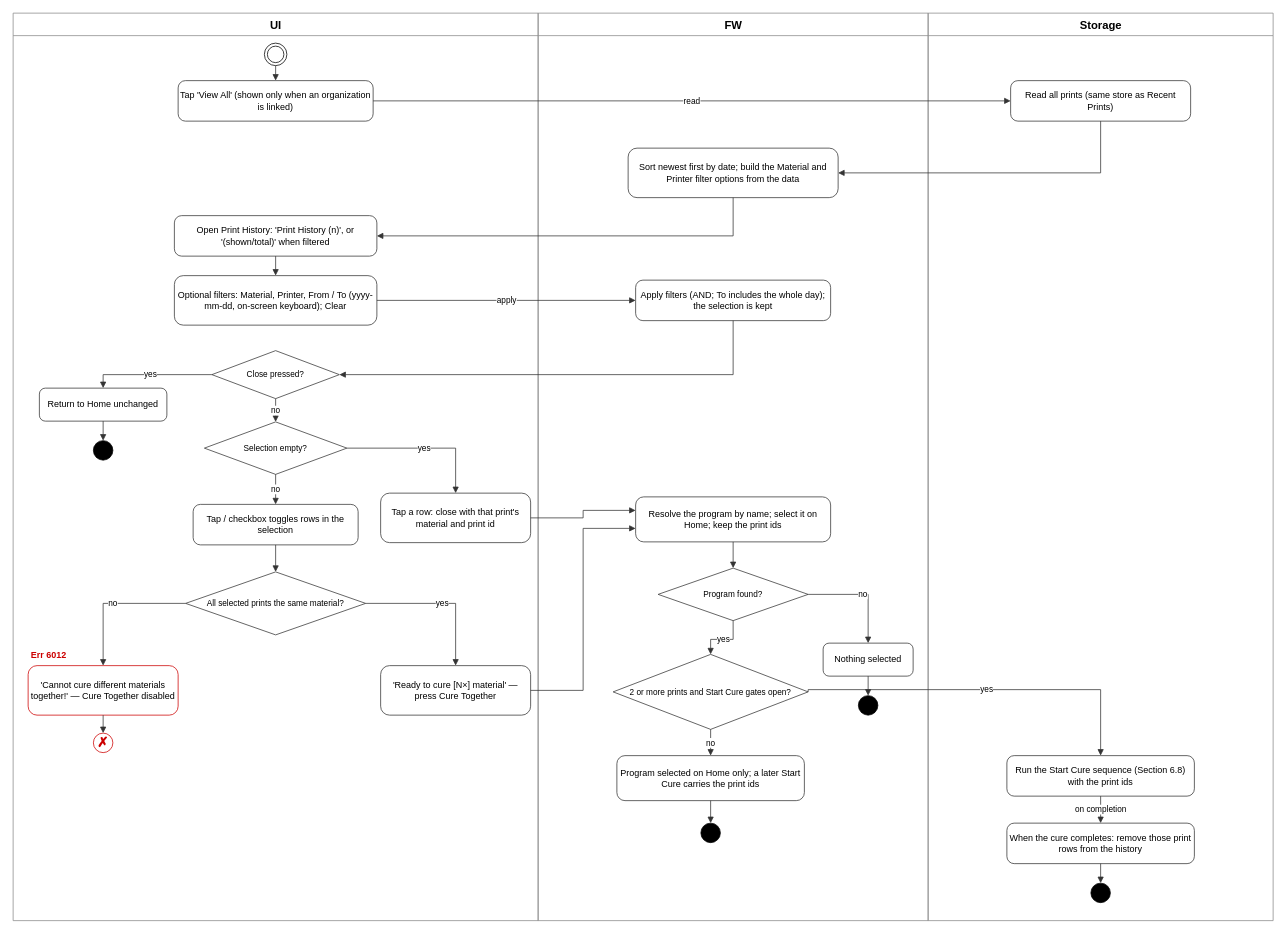
The draw.io diagram docs/diagrams/view-all-flow.drawio in Amitaiw6/sCure-A, before the edit. Source tidied: cells renumbered, new cells numbered last; positions are measured from the earlier drawing's top-left corner, leaving out a move shared by most shapes. Both pictures are drawn from the tidied source at 75%, with x=0, y=0 at pixel (13, 13).
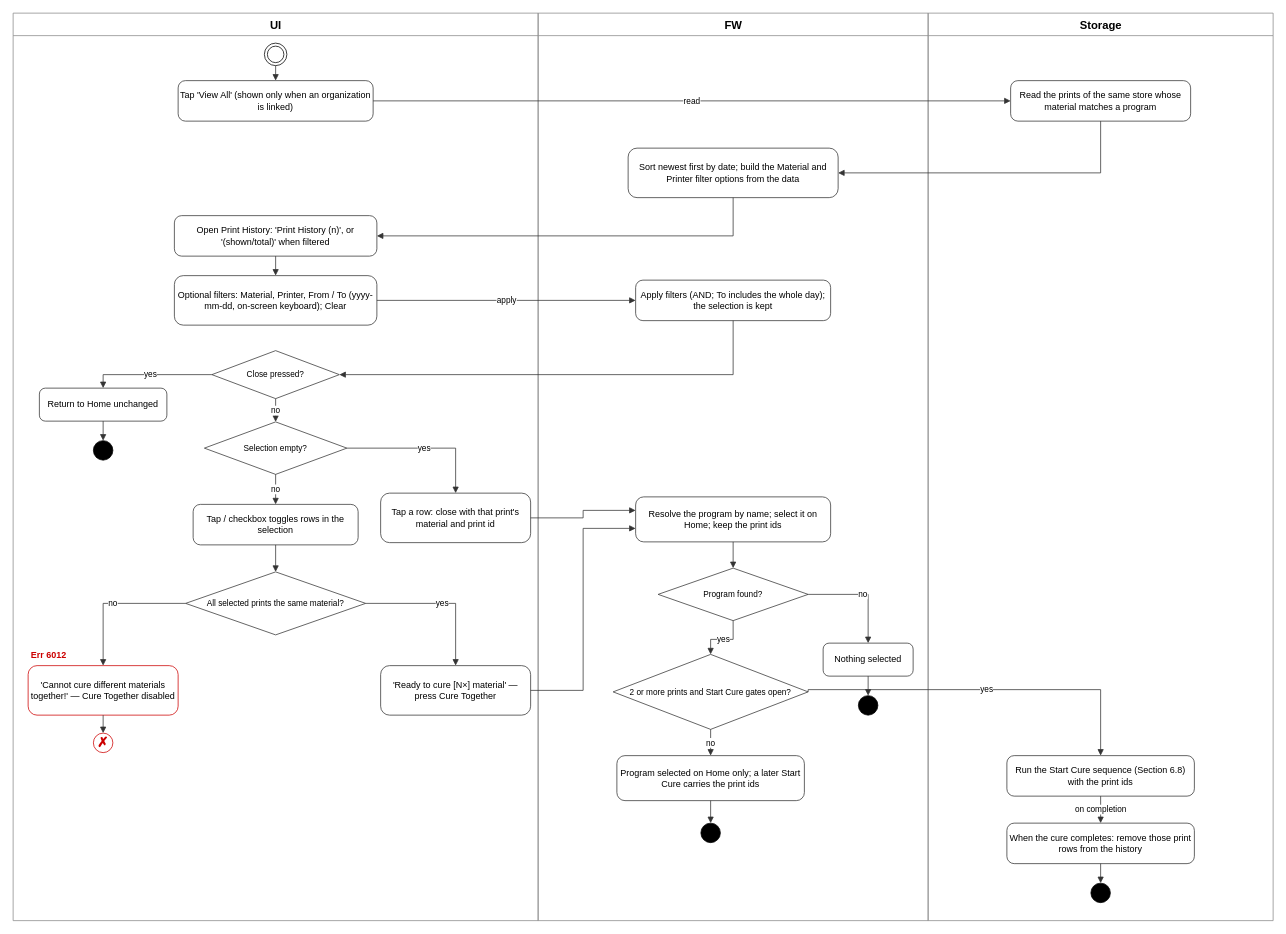
The same diagram, later.

What changed in the source:
```diff
@@
-    <mxCell id="7" value="Read all prints (same store as Recent Prints)" style="rounded=1;whiteSpace=wrap;html=1;arcSize=18;fillColor=#FFFFFF;strokeColor=#333333;fontSize=12;" parent="1" vertex="1">
+    <mxCell id="7" value="Read the prints of the same store whose material matches a program" style="rounded=1;whiteSpace=wrap;html=1;arcSize=18;fillColor=#FFFFFF;strokeColor=#333333;fontSize=12;" parent="1" vertex="1">
       <mxGeometry x="1330" y="90" width="240" height="54" as="geometry" />
     </mxCell>
```
